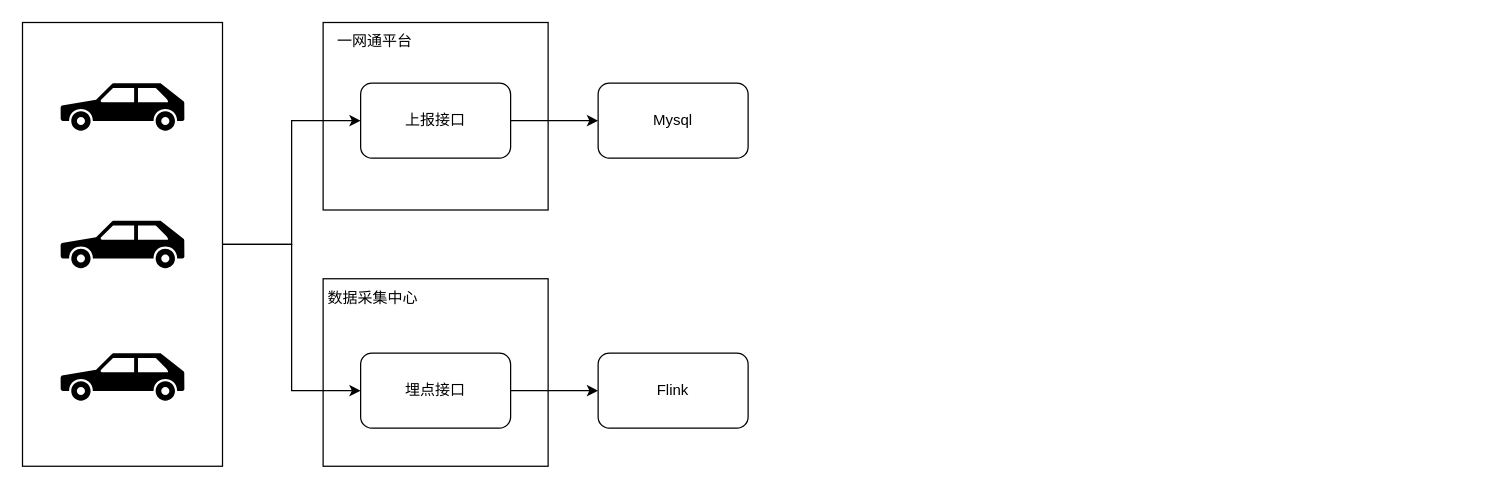
This is 故障分析平台-数据流.drawio from shaozc3g/draw_io, a draw.io file, before an edit. Source tidied: cells renumbered, new cells numbered last; positions are measured from the earlier drawing's top-left corner, leaving out a move shared by most shapes. Both pictures are drawn from the tidied source at 125%, with x=0, y=0 at pixel (22, 22).
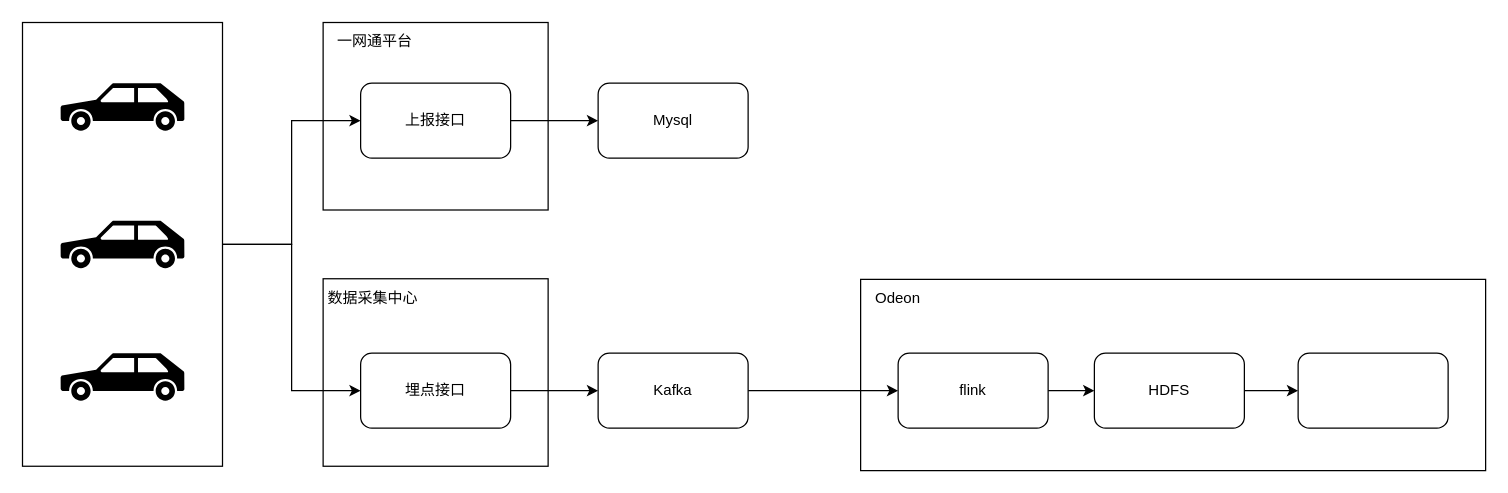
Above is the later version.

Commit message:
更新故障分析平台-数据流.drawio

Change to the diagram source:
```diff
@@
+    <mxCell id="18" style="rounded=0;whiteSpace=wrap;html=1;" parent="1" vertex="1">
+      <mxGeometry x="670" y="205" width="500" height="153" as="geometry" />
+    </mxCell>
@@
+    <mxCell id="19" style="edgeStyle=orthogonalEdgeStyle;rounded=0;jettySize=auto;html=1;exitX=1;exitY=0.5;exitDx=0;exitDy=0;entryX=0;entryY=0.5;entryDx=0;entryDy=0;" parent="1" edge="1" source="16" target="22">
+      <mxGeometry relative="1" as="geometry" />
+    </mxCell>
-    <mxCell id="16" value="Flink" style="rounded=1;whiteSpace=wrap;html=1;" parent="1" vertex="1">
+    <mxCell id="16" value="Kafka" style="rounded=1;whiteSpace=wrap;html=1;" parent="1" vertex="1">
       <mxGeometry x="460" y="264" width="120" height="60" as="geometry" />
     </mxCell>
@@
+    <mxCell id="20" value="Odeon" style="text;html=1;align=center;verticalAlign=middle;whiteSpace=wrap;rounded=0;" parent="1" vertex="1">
+      <mxGeometry x="670" y="205" width="60" height="30" as="geometry" />
+    </mxCell>
+    <mxCell id="21" style="edgeStyle=orthogonalEdgeStyle;rounded=0;jettySize=auto;html=1;exitX=1;exitY=0.5;exitDx=0;exitDy=0;" parent="1" edge="1" source="22" target="24">
+      <mxGeometry relative="1" as="geometry" />
+    </mxCell>
+    <mxCell id="22" value="flink" style="rounded=1;whiteSpace=wrap;html=1;" parent="1" vertex="1">
+      <mxGeometry x="700" y="264" width="120" height="60" as="geometry" />
+    </mxCell>
+    <mxCell id="23" style="edgeStyle=orthogonalEdgeStyle;rounded=0;jettySize=auto;html=1;exitX=1;exitY=0.5;exitDx=0;exitDy=0;" parent="1" edge="1" source="24" target="25">
+      <mxGeometry relative="1" as="geometry" />
+    </mxCell>
+    <mxCell id="24" value="HDFS" style="rounded=1;whiteSpace=wrap;html=1;" parent="1" vertex="1">
+      <mxGeometry x="857" y="264" width="120" height="60" as="geometry" />
+    </mxCell>
+    <mxCell id="25" style="rounded=1;whiteSpace=wrap;html=1;" parent="1" vertex="1">
+      <mxGeometry x="1020" y="264" width="120" height="60" as="geometry" />
+    </mxCell>
```
